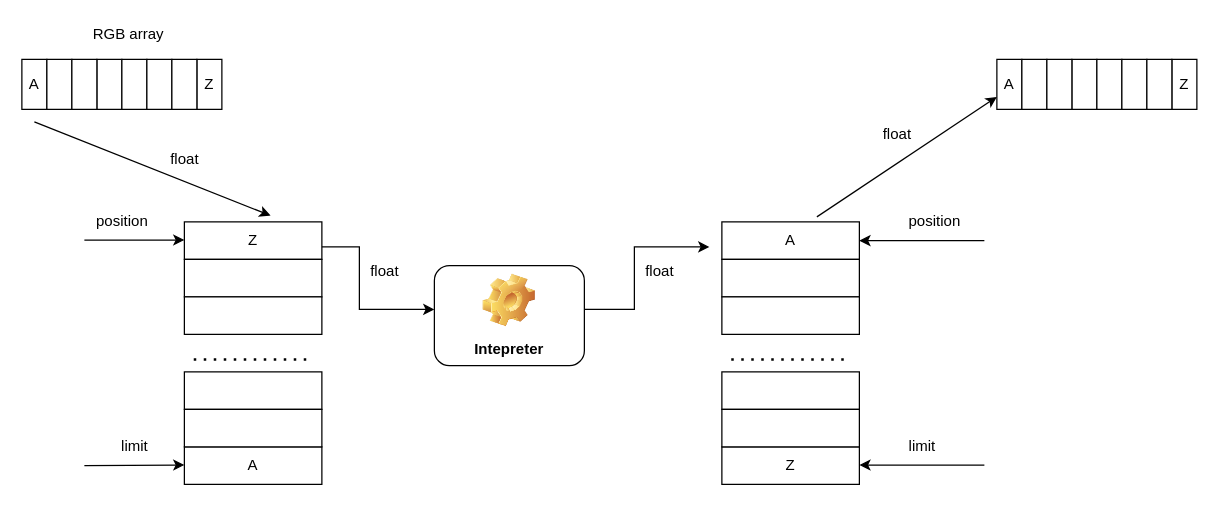
Before: Untitled Diagram.drawio in winnerlqy/Images, a draw.io diagram. Source tidied: cells renumbered, new cells numbered last; positions are measured from the earlier drawing's top-left corner, leaving out a move shared by most shapes. Both pictures are drawn from the tidied source at 125%, with x=0, y=0 at pixel (21, 21).
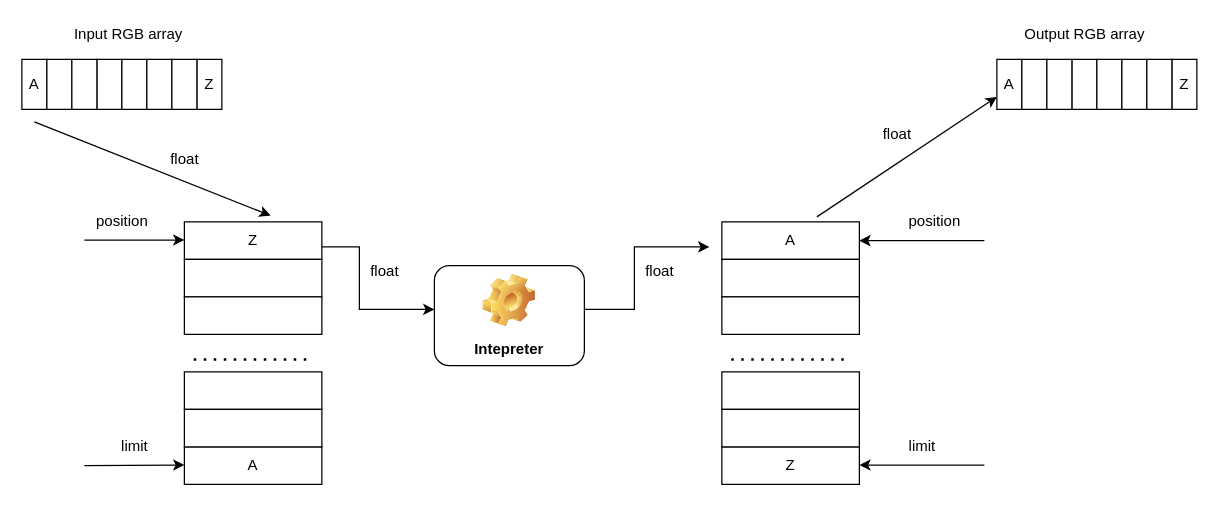
The same page after the edit.

Commit message:
Buffer_chart

Change to the diagram source:
```diff
@@
-    <mxCell id="26" value="RGB array" style="text;html=1;align=center;verticalAlign=middle;strokeColor=none;fillColor=none;" parent="1" vertex="1">
-      <mxGeometry x="50" width="70" height="20" as="geometry" />
+    <mxCell id="26" value="Input RGB array" style="text;html=1;align=center;verticalAlign=middle;strokeColor=none;fillColor=none;" parent="1" vertex="1">
+      <mxGeometry x="35" width="100" height="20" as="geometry" />
     </mxCell>
@@
+    <mxCell id="52" value="Output RGB array" style="text;html=1;align=center;verticalAlign=middle;strokeColor=none;fillColor=none;" parent="1" vertex="1">
+      <mxGeometry x="795" width="110" height="20" as="geometry" />
+    </mxCell>
```
